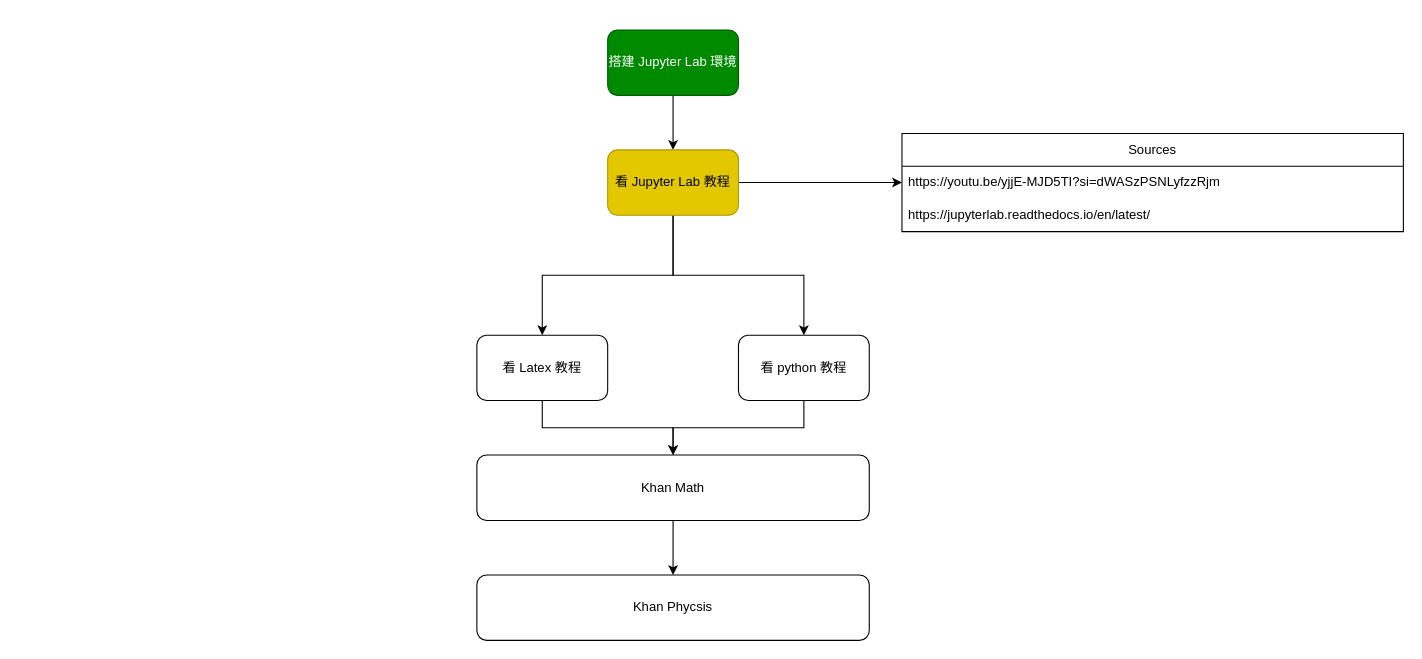
Before: page "to-do" (2 of 2) of roadmap.drawio in Mini-Pingu/math_physics, a draw.io diagram. Source tidied: cells renumbered, new cells numbered last; positions are measured from the earlier drawing's top-left corner, leaving out a move shared by most shapes. Both pictures are drawn from the tidied source at 109%, with x=0, y=0 at pixel (476, 29).
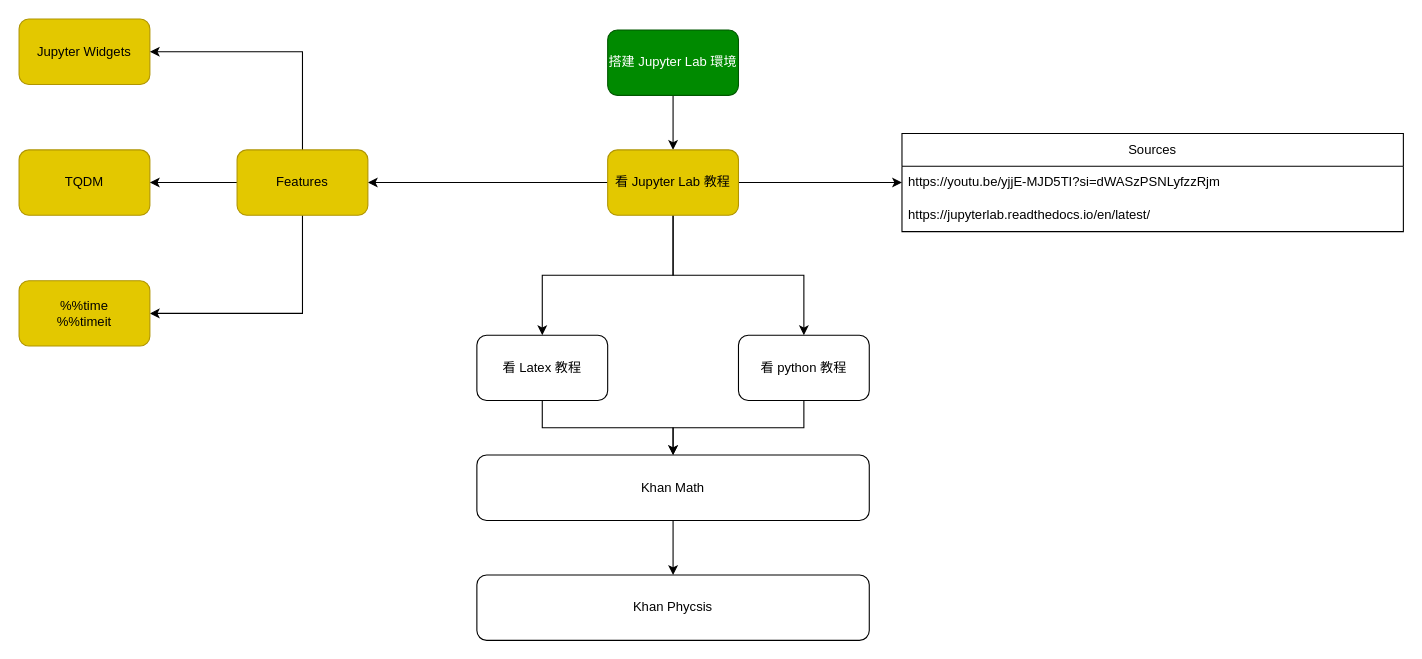
The same diagram, later.

Unchanged cells that the change refers to:
```xml
<mxCell id="7" value="看 Jupyter Lab 教程" style="rounded=1;whiteSpace=wrap;html=1;fillColor=#e3c800;fontColor=#000000;strokeColor=#B09500;" parent="1" vertex="1">
  <mxGeometry x="120" y="110" width="120" height="60" as="geometry" />
</mxCell>
```

What changed in the source:
```diff
@@
+    <mxCell id="18" style="edgeStyle=orthogonalEdgeStyle;rounded=0;jettySize=auto;html=1;" parent="1" edge="1" source="7" target="24">
+      <mxGeometry relative="1" as="geometry" />
+    </mxCell>
@@
+    <mxCell id="19" value="Jupyter Widgets" style="rounded=1;whiteSpace=wrap;html=1;fillColor=#e3c800;fontColor=#000000;strokeColor=#B09500;" parent="1" vertex="1">
+      <mxGeometry x="-420" y="-10" width="120" height="60" as="geometry" />
+    </mxCell>
+    <mxCell id="20" value="TQDM" style="rounded=1;whiteSpace=wrap;html=1;fillColor=#e3c800;fontColor=#000000;strokeColor=#B09500;" parent="1" vertex="1">
+      <mxGeometry x="-420" y="110" width="120" height="60" as="geometry" />
+    </mxCell>
+    <mxCell id="21" style="edgeStyle=orthogonalEdgeStyle;rounded=0;jettySize=auto;html=1;" parent="1" edge="1" source="24" target="19">
+      <mxGeometry relative="1" as="geometry">
+        <Array as="points">
+          <mxPoint x="-160" y="20" />
+        </Array>
+      </mxGeometry>
+    </mxCell>
+    <mxCell id="22" style="edgeStyle=orthogonalEdgeStyle;rounded=0;jettySize=auto;html=1;" parent="1" edge="1" source="24" target="20">
+      <mxGeometry relative="1" as="geometry" />
+    </mxCell>
+    <mxCell id="23" style="edgeStyle=orthogonalEdgeStyle;rounded=0;jettySize=auto;html=1;" parent="1" edge="1" source="24" target="25">
+      <mxGeometry relative="1" as="geometry">
+        <Array as="points">
+          <mxPoint x="-160" y="260" />
+        </Array>
+      </mxGeometry>
+    </mxCell>
+    <mxCell id="24" value="Features" style="rounded=1;whiteSpace=wrap;html=1;fillColor=#e3c800;fontColor=#000000;strokeColor=#B09500;" parent="1" vertex="1">
+      <mxGeometry x="-220" y="110" width="120" height="60" as="geometry" />
+    </mxCell>
+    <mxCell id="25" value="%%time&lt;div&gt;%%timeit&lt;/div&gt;" style="rounded=1;whiteSpace=wrap;html=1;fillColor=#e3c800;fontColor=#000000;strokeColor=#B09500;" parent="1" vertex="1">
+      <mxGeometry x="-420" y="230" width="120" height="60" as="geometry" />
+    </mxCell>
```
